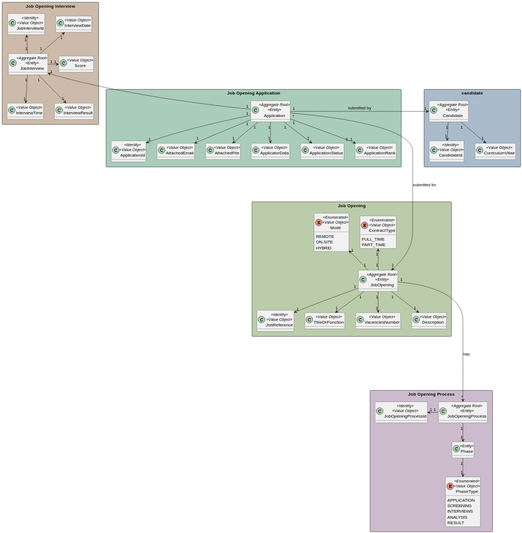
Before: docs/sprintC/1018/svg/1018-domain-model.svg, a diagram exported from PlantUML (marcoferreira37/Lapr4).
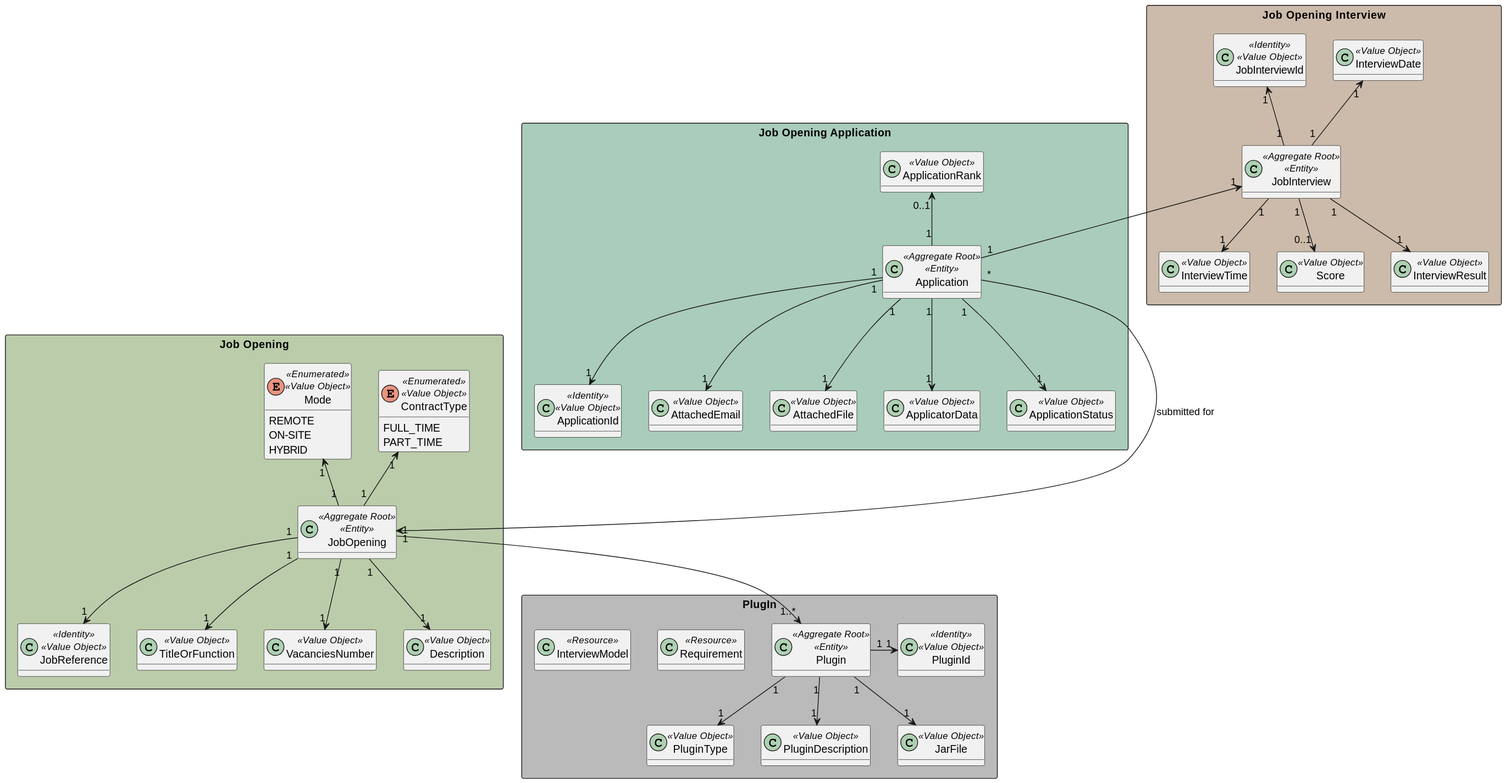
After the commit.

Commit message:
#43 add domain model and file svg

The edit, as a diff of the source:
```diff
@@ -2,6 +2,24 @@
 
 hide methods
 
+rectangle "Job Opening Interview" #ccbbaa {
+    class JobInterview <<Aggregate Root>><<Entity>>{}
+    class JobInterviewId<<Identity>><<Value Object>>{}
+    class InterviewDate<<Value Object>>{}
+    class InterviewTime<<Value Object>>{}
+    class Score<<Value Object>>{}
+    class InterviewResult<<Value Object>>{}
+}
+
+rectangle "PlugIn" #bababa {
+    class Plugin <<Aggregate Root>><<Entity>>{}
+    class PluginType<<Value Object>>{}
+    class PluginId<<Identity>><<Value Object>>{}
+    class PluginDescription<<Value Object>>{}
+    class JarFile<<Value Object>>{}
+    class Requirement<<Resource>>{}
+    class InterviewModel<<Resource>>{}
+}
 rectangle "Job Opening" #bbccaa {
 
     class JobOpening<<Aggregate Root>><<Entity>>{}
@@ -25,11 +43,9 @@
     class VacanciesNumber<<Value Object>>{}
 
     class Description<<Value Object>>{}
-
 }
 
-
-rectangle "Job Opening Application" #aaccbb {
+ rectangle "Job Opening Application" #aaccbb {
 
     class Application<<Aggregate Root>><<Entity>>{}
 
@@ -45,50 +61,8 @@
 
     class ApplicationRank<<Value Object>>{}
 
+
 }
-
-
-rectangle candidate #aabbcc{
-    class Candidate<<Aggregate Root>><<Entity>>{}
-    class CandidateId<<Identity>><<Value Object>>{}
-    class CurriculumVitae<<Value Object>>{}
-}
-
-
-
-rectangle "Job Opening Process" #ccbbcc{
-    class JobOpeningProcess<<Aggregate Root>><<Entity>>{}
-    class JobOpeningProcessId<<Identity>><<Value Object>>{}
-    class Phase<<Entity>>{
-        }
-    enum PhaseType<<Enumerated>><<Value Object>>{
-        APPLICATION
-        SCREENING
-        INTERVIEWS
-        ANALYSIS
-        RESULT
-    }
-}
-
-rectangle "Job Opening Interview" #ccbbaa {
-    class JobInterview <<Aggregate Root>><<Entity>>{}
-    class JobInterviewId<<Identity>><<Value Object>>{}
-    class InterviewDate<<Value Object>>{}
-    class InterviewTime<<Value Object>>{}
-    class Score<<Value Object>>{}
-    class InterviewResult<<Value Object>>{}
-}
-
-
-JobInterview "1" -up-> "1" JobInterviewId
-JobInterview "1" -up-> "1" InterviewDate
-JobInterview "1" --> "1" InterviewTime
-JobInterview "1" -> "1" Score
-JobInterview "1" --> "1" InterviewResult
-
-Application "1" -up-> "1" JobInterview
-
-
 
 
 JobReference "1" <-up- "1" JobOpening
@@ -98,22 +72,29 @@
 Description "1" <-up- "1" JobOpening
 VacanciesNumber "1" <-up- "1" JobOpening
 
-Candidate "1"--> "1" CandidateId
-Candidate "1"--> "1" CurriculumVitae
-
 
 Application "1" --> "1" ApplicationId
 Application "1" --> "1" AttachedEmail
 Application "1" --> "1" AttachedFile
 Application "1" --> "1" ApplicatorData
-Application "*" -----> "1" JobOpening : submitted for
-Application "1" -> "1" Candidate : submitted by
+Application "*" ---> "1" JobOpening : submitted for
 Application "1" --> "1" ApplicationStatus
-Application "1" --> "0..1" ApplicationRank
+
+Application "1" -up-> "1" JobInterview
+Application "1" -up-> "0..1" ApplicationRank
 
 
-JobOpeningProcess "1" -left-> "1" JobOpeningProcessId
-JobOpening "1" -----> "*" JobOpeningProcess : has
-JobOpeningProcess "1" --> "1" Phase
-Phase "1" --> "1" PhaseType
+
+JobInterview "1" -up-> "1" JobInterviewId
+JobInterview "1" -up-> "1" InterviewDate
+JobInterview "1" --> "1" InterviewTime
+JobInterview "1" --> "0..1" Score
+JobInterview "1" --> "1" InterviewResult
+
+JobOpening "1" --> "1..*" "Plugin"
+
+Plugin "1" --> "1" PluginType
+Plugin "1" -right-> "1" PluginId
+Plugin "1" --> "1" PluginDescription
+Plugin "1" --> "1" JarFile
 @enduml
```
